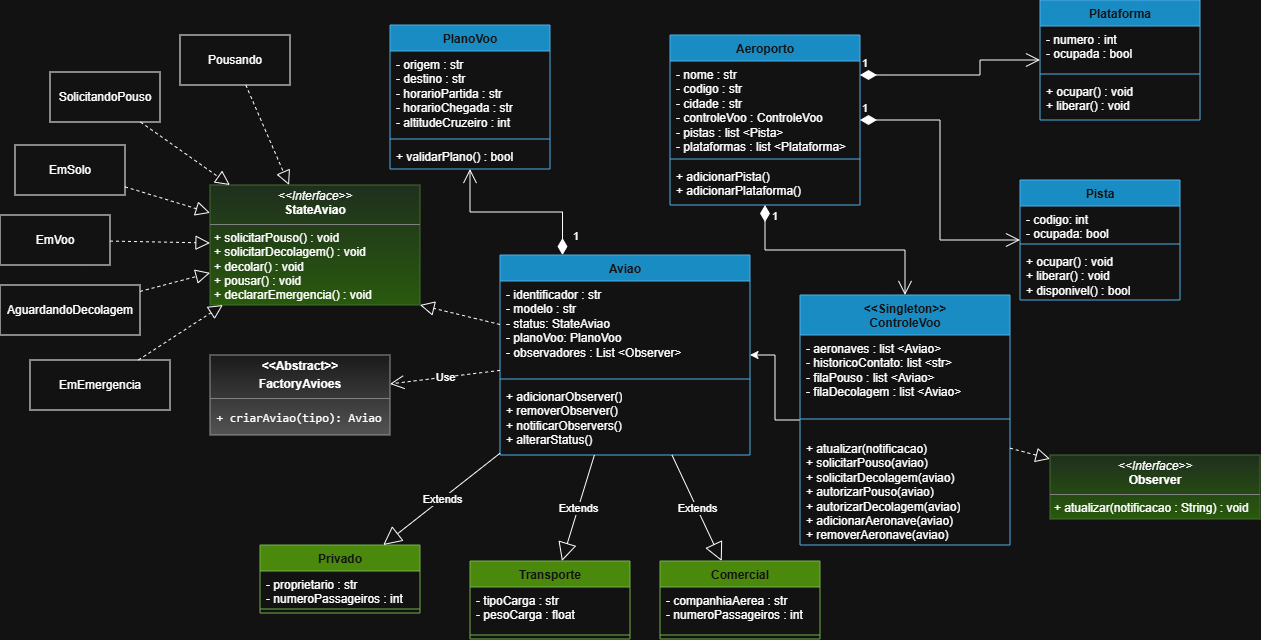
The draw.io diagram docs/uml.png in Rafael-Dpaula/Sistema-de-Gerenciamento-de-Trafego-Aeroportuario, before a commit. Source tidied: cells renumbered, new cells last; positions are measured from the earlier drawing's top-left corner, leaving out a move shared by most shapes.
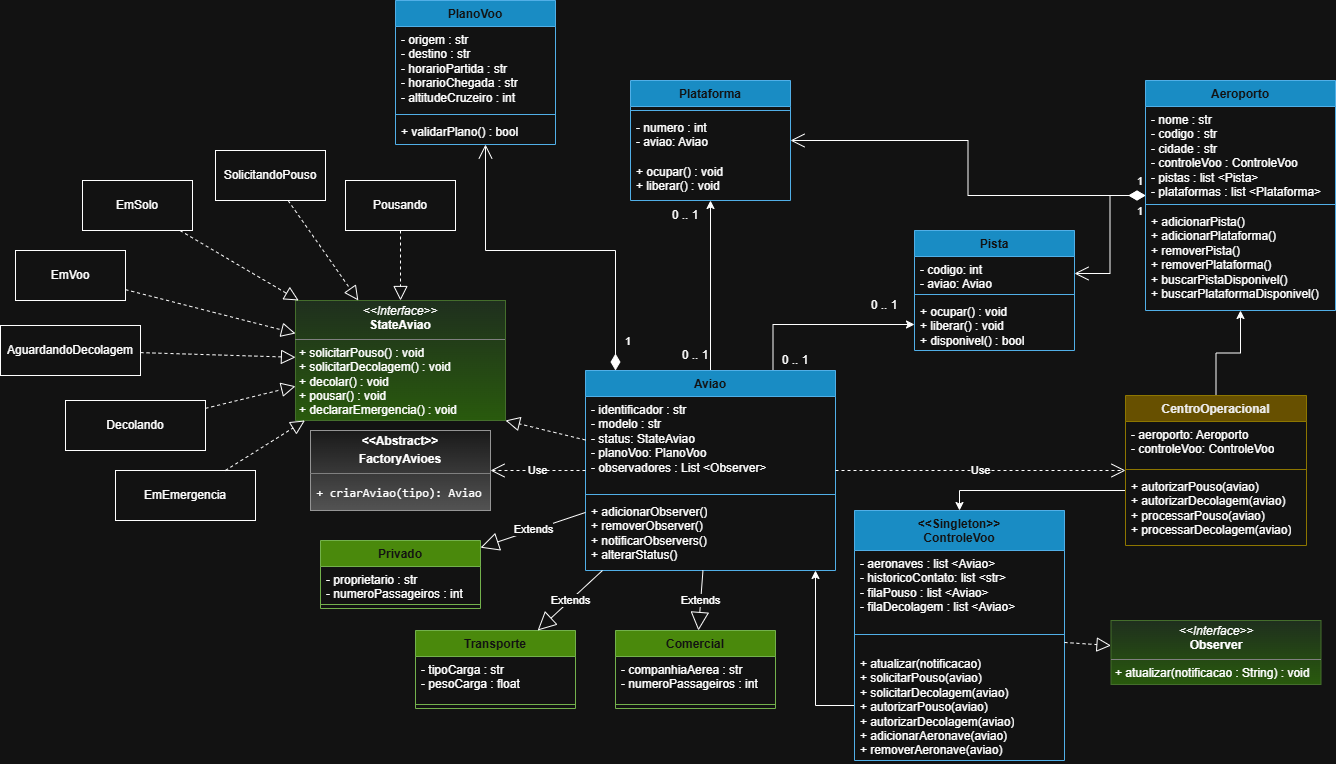
After the commit.

Diff of the diagram source:
```diff
@@ -5,3 +5,3 @@
     <mxCell id="2" value="Aeroporto&lt;div&gt;&lt;br&gt;&lt;/div&gt;" style="swimlane;fontStyle=1;align=center;verticalAlign=top;horizontal=1;startSize=26;whiteSpace=wrap;html=1;fillColor=#1ba1e2;fontColor=#ffffff;strokeColor=#006EAF;" parent="1" vertex="1">
-      <mxGeometry x="670" y="35" width="190" height="170" as="geometry" />
+      <mxGeometry x="1060" y="-35" width="190" height="230" as="geometry" />
     </mxCell>
@@ -13,5 +13,11 @@
     </mxCell>
-    <mxCell id="5" value="&lt;div&gt;+ adicionarPista()&lt;/div&gt;&lt;div&gt;+ adicionarPlataforma()&lt;/div&gt;" style="text;strokeColor=none;fillColor=none;align=left;verticalAlign=top;spacingLeft=4;spacingRight=4;overflow=hidden;whiteSpace=wrap;html=1;" parent="2" vertex="1">
-      <mxGeometry y="128" width="190" height="42" as="geometry" />
+    <mxCell id="5" value="&lt;div&gt;+ adicionarPista()&lt;/div&gt;&lt;div&gt;+ adicionarPlataforma()&lt;/div&gt;&lt;div&gt;+ removerPista()&lt;/div&gt;&lt;div&gt;+ removerPlataforma()&lt;/div&gt;&lt;div&gt;+ buscarPistaDisponivel()&lt;/div&gt;&lt;div&gt;+&amp;nbsp;buscarPlataformaDisponivel()&lt;/div&gt;" style="text;strokeColor=none;fillColor=none;align=left;verticalAlign=top;spacingLeft=4;spacingRight=4;overflow=hidden;whiteSpace=wrap;html=1;" parent="2" vertex="1">
+      <mxGeometry y="128" width="190" height="102" as="geometry" />
     </mxCell>
+    <mxCell id="61" style="edgeStyle=orthogonalEdgeStyle;rounded=0;jettySize=auto;html=1;" parent="1" edge="1" source="6" target="31">
+      <mxGeometry relative="1" as="geometry" />
+    </mxCell>
+    <mxCell id="62" style="edgeStyle=orthogonalEdgeStyle;rounded=0;jettySize=auto;html=1;exitX=0.75;exitY=0;exitDx=0;exitDy=0;entryX=0;entryY=0.5;entryDx=0;entryDy=0;" parent="1" edge="1" source="6" target="40">
+      <mxGeometry relative="1" as="geometry" />
+    </mxCell>
     <mxCell id="6" value="Aviao&lt;div&gt;&lt;br&gt;&lt;/div&gt;" style="swimlane;fontStyle=1;align=center;verticalAlign=top;horizontal=1;startSize=26;whiteSpace=wrap;html=1;fillColor=#1ba1e2;fontColor=#ffffff;strokeColor=#006EAF;" parent="1" vertex="1">
@@ -29,3 +35,3 @@
     <mxCell id="10" value="PlanoVoo&lt;div&gt;&lt;br&gt;&lt;/div&gt;" style="swimlane;fontStyle=1;align=center;verticalAlign=top;horizontal=1;startSize=26;whiteSpace=wrap;html=1;fillColor=#1ba1e2;fontColor=#ffffff;strokeColor=#006EAF;" parent="1" vertex="1">
-      <mxGeometry x="390" y="25" width="160" height="144" as="geometry" />
+      <mxGeometry x="310" y="-115" width="160" height="144" as="geometry" />
     </mxCell>
@@ -41,6 +47,10 @@
     <mxCell id="14" style="edgeStyle=orthogonalEdgeStyle;rounded=0;jettySize=auto;html=1;" parent="1" edge="1" source="15" target="6">
-      <mxGeometry relative="1" as="geometry" />
+      <mxGeometry relative="1" as="geometry">
+        <Array as="points">
+          <mxPoint x="730" y="590" />
+        </Array>
+      </mxGeometry>
     </mxCell>
     <mxCell id="15" value="&lt;div&gt;&amp;lt;&amp;lt;Singleton&amp;gt;&amp;gt;&lt;/div&gt;&lt;div&gt;ControleVoo&lt;/div&gt;" style="swimlane;fontStyle=1;align=center;verticalAlign=top;horizontal=1;startSize=40;whiteSpace=wrap;html=1;fillColor=#1ba1e2;fontColor=#ffffff;strokeColor=#006EAF;" parent="1" vertex="1">
-      <mxGeometry x="800" y="295" width="210" height="250" as="geometry" />
+      <mxGeometry x="769" y="395" width="210" height="250" as="geometry" />
     </mxCell>
@@ -56,3 +66,3 @@
     <mxCell id="19" value="Comercial" style="swimlane;fontStyle=1;align=center;verticalAlign=top;horizontal=1;startSize=26;whiteSpace=wrap;html=1;fillColor=#60a917;fontColor=#ffffff;strokeColor=#2D7600;" parent="1" vertex="1">
-      <mxGeometry x="660" y="561" width="160" height="78" as="geometry" />
+      <mxGeometry x="530" y="515" width="160" height="78" as="geometry" />
     </mxCell>
@@ -65,3 +75,3 @@
     <mxCell id="22" value="Privado" style="swimlane;fontStyle=1;align=center;verticalAlign=top;horizontal=1;startSize=26;whiteSpace=wrap;html=1;fillColor=#60a917;fontColor=#ffffff;strokeColor=#2D7600;" parent="1" vertex="1">
-      <mxGeometry x="260" y="545" width="160" height="68" as="geometry" />
+      <mxGeometry x="235" y="425" width="160" height="68" as="geometry" />
     </mxCell>
@@ -74,3 +84,3 @@
     <mxCell id="25" value="Transporte" style="swimlane;fontStyle=1;align=center;verticalAlign=top;horizontal=1;startSize=26;whiteSpace=wrap;html=1;fillColor=#60a917;fontColor=#ffffff;strokeColor=#2D7600;" parent="1" vertex="1">
-      <mxGeometry x="470" y="561" width="160" height="78" as="geometry" />
+      <mxGeometry x="330" y="515" width="160" height="78" as="geometry" />
     </mxCell>
@@ -92,10 +102,10 @@
     <mxCell id="31" value="Plataforma" style="swimlane;fontStyle=1;align=center;verticalAlign=top;horizontal=1;startSize=26;whiteSpace=wrap;html=1;fillColor=#1ba1e2;fontColor=#ffffff;strokeColor=#006EAF;" parent="1" vertex="1">
-      <mxGeometry x="1040" width="160" height="120" as="geometry" />
+      <mxGeometry x="545" y="-35" width="160" height="120" as="geometry" />
     </mxCell>
+    <mxCell id="33" style="line;strokeWidth=1;fillColor=none;align=left;verticalAlign=middle;spacingTop=-1;spacingLeft=3;spacingRight=3;labelPosition=right;strokeColor=inherit;" parent="31" vertex="1">
+      <mxGeometry y="26" width="160" height="8" as="geometry" />
+    </mxCell>
-    <mxCell id="32" value="&lt;div&gt;- numero : int&lt;/div&gt;&lt;div&gt;- ocupada : bool&lt;/div&gt;" style="text;strokeColor=none;fillColor=none;align=left;verticalAlign=top;spacingLeft=4;spacingRight=4;overflow=hidden;whiteSpace=wrap;html=1;" parent="31" vertex="1">
-      <mxGeometry y="26" width="160" height="44" as="geometry" />
+    <mxCell id="32" value="&lt;div&gt;- numero : int&lt;/div&gt;&lt;div&gt;- aviao: Aviao&lt;/div&gt;" style="text;strokeColor=none;fillColor=none;align=left;verticalAlign=top;spacingLeft=4;spacingRight=4;overflow=hidden;whiteSpace=wrap;html=1;" parent="31" vertex="1">
+      <mxGeometry y="34" width="160" height="44" as="geometry" />
     </mxCell>
-    <mxCell id="33" style="line;strokeWidth=1;fillColor=none;align=left;verticalAlign=middle;spacingTop=-1;spacingLeft=3;spacingRight=3;labelPosition=right;strokeColor=inherit;" parent="31" vertex="1">
-      <mxGeometry y="70" width="160" height="8" as="geometry" />
-    </mxCell>
     <mxCell id="34" value="&lt;div&gt;+ ocupar() : void&lt;/div&gt;&lt;div&gt;+ liberar() : void&lt;/div&gt;" style="text;strokeColor=none;fillColor=none;align=left;verticalAlign=top;spacingLeft=4;spacingRight=4;overflow=hidden;whiteSpace=wrap;html=1;" parent="31" vertex="1">
@@ -104,3 +114,3 @@
     <mxCell id="35" value="&lt;p style=&quot;margin:0px;margin-top:4px;text-align:center;&quot;&gt;&lt;i&gt;&amp;lt;&amp;lt;Interface&amp;gt;&amp;gt;&lt;/i&gt;&lt;br&gt;&lt;b&gt;Observer&lt;/b&gt;&lt;/p&gt;&lt;hr size=&quot;1&quot; style=&quot;border-style:solid;&quot;&gt;&lt;p style=&quot;margin:0px;margin-left:4px;&quot;&gt;+ atualizar(notificacao : String) : void&lt;/p&gt;" style="verticalAlign=top;align=left;overflow=fill;html=1;whiteSpace=wrap;fillColor=#d5e8d4;strokeColor=#82b366;gradientColor=#97d077;" parent="1" vertex="1">
-      <mxGeometry x="1050" y="455" width="210" height="64" as="geometry" />
+      <mxGeometry x="1025.5" y="505" width="210" height="64" as="geometry" />
     </mxCell>
@@ -110,5 +120,5 @@
     <mxCell id="37" value="Pista" style="swimlane;fontStyle=1;align=center;verticalAlign=top;horizontal=1;startSize=26;whiteSpace=wrap;html=1;fillColor=#1ba1e2;fontColor=#ffffff;strokeColor=#006EAF;" parent="1" vertex="1">
-      <mxGeometry x="1020" y="180" width="160" height="120" as="geometry" />
+      <mxGeometry x="829" y="115" width="160" height="120" as="geometry" />
     </mxCell>
-    <mxCell id="38" value="&lt;div&gt;- codigo: int&lt;/div&gt;&lt;div&gt;- ocupada: bool&lt;/div&gt;" style="text;strokeColor=none;fillColor=none;align=left;verticalAlign=top;spacingLeft=4;spacingRight=4;overflow=hidden;points=[[0,0.5],[1,0.5]];portConstraint=eastwest;whiteSpace=wrap;html=1;" parent="37" vertex="1">
+    <mxCell id="38" value="&lt;div&gt;- codigo: int&lt;/div&gt;&lt;div&gt;- aviao: Aviao&lt;/div&gt;" style="text;strokeColor=none;fillColor=none;align=left;verticalAlign=top;spacingLeft=4;spacingRight=4;overflow=hidden;points=[[0,0.5],[1,0.5]];portConstraint=eastwest;whiteSpace=wrap;html=1;" parent="37" vertex="1">
       <mxGeometry y="26" width="160" height="34" as="geometry" />
@@ -128,15 +138,20 @@
     <mxCell id="43" value="Pousando" style="html=1;whiteSpace=wrap;" parent="1" vertex="1">
-      <mxGeometry x="180" y="35" width="110" height="50" as="geometry" />
+      <mxGeometry x="260" y="65" width="110" height="50" as="geometry" />
     </mxCell>
     <mxCell id="44" value="EmVoo" style="html=1;whiteSpace=wrap;" parent="1" vertex="1">
-      <mxGeometry y="215" width="110" height="50" as="geometry" />
+      <mxGeometry x="-70" y="135" width="110" height="50" as="geometry" />
     </mxCell>
     <mxCell id="45" value="EmSolo" style="html=1;whiteSpace=wrap;" parent="1" vertex="1">
-      <mxGeometry x="15" y="145" width="110" height="50" as="geometry" />
+      <mxGeometry x="-3" y="65" width="110" height="50" as="geometry" />
     </mxCell>
     <mxCell id="46" value="SolicitandoPouso" style="html=1;whiteSpace=wrap;" parent="1" vertex="1">
-      <mxGeometry x="50" y="72" width="110" height="50" as="geometry" />
+      <mxGeometry x="130" y="35" width="110" height="50" as="geometry" />
     </mxCell>
-    <mxCell id="47" value="1" style="endArrow=open;html=1;endSize=12;startArrow=diamondThin;startSize=14;startFill=1;edgeStyle=orthogonalEdgeStyle;align=left;verticalAlign=bottom;rounded=0;exitX=0.25;exitY=0;exitDx=0;exitDy=0;" parent="1" edge="1" source="6" target="10">
+    <mxCell id="47" value="1" style="endArrow=open;html=1;endSize=12;startArrow=diamondThin;startSize=14;startFill=1;edgeStyle=orthogonalEdgeStyle;align=left;verticalAlign=bottom;rounded=0;" parent="1" edge="1" target="10">
       <mxGeometry x="-0.89" y="-7" relative="1" as="geometry">
+        <mxPoint x="530" y="255" as="sourcePoint" />
+        <Array as="points">
+          <mxPoint x="530" y="135" />
+          <mxPoint x="400" y="135" />
+        </Array>
         <mxPoint x="1" as="offset" />
@@ -160,6 +175,6 @@
     <mxCell id="53" value="AguardandoDecolagem" style="html=1;whiteSpace=wrap;" parent="1" vertex="1">
-      <mxGeometry y="285" width="140" height="50" as="geometry" />
+      <mxGeometry x="-85" y="210" width="140" height="50" as="geometry" />
     </mxCell>
     <mxCell id="54" value="&lt;p style=&quot;margin:0px;margin-top:4px;text-align:center;&quot;&gt;&lt;b&gt;&amp;lt;&amp;lt;Abstract&amp;gt;&amp;gt;&lt;/b&gt;&lt;/p&gt;&lt;p style=&quot;margin:0px;margin-top:4px;text-align:center;&quot;&gt;&lt;b&gt;FactoryAvioes&lt;/b&gt;&lt;/p&gt;&lt;hr size=&quot;1&quot; style=&quot;border-style:solid;&quot;&gt;&lt;div style=&quot;height:2px;&quot;&gt;&lt;pre class=&quot;overflow-visible! px-0!&quot;&gt;&lt;div class=&quot;relative w-full mt-4 mb-1&quot;&gt;&lt;div class=&quot;&quot;&gt;&lt;div class=&quot;relative&quot;&gt;&lt;div class=&quot;h-full min-h-0 min-w-0&quot;&gt;&lt;div class=&quot;h-full min-h-0 min-w-0&quot;&gt;&lt;div class=&quot;border border-token-border-light border-radius-3xl corner-superellipse/1.1 rounded-3xl&quot;&gt;&lt;div class=&quot;h-full w-full border-radius-3xl bg-token-bg-elevated-secondary corner-superellipse/1.1 overflow-clip rounded-3xl lxnfua_clipPathFallback&quot;&gt;&lt;div class=&quot;relative&quot;&gt;&lt;div class=&quot;pe-11 pt-3&quot;&gt;&lt;div class=&quot;relative z-0 flex max-w-full&quot;&gt;&lt;div id=&quot;code-block-viewer&quot; dir=&quot;ltr&quot; class=&quot;q9tKkq_viewer cm-editor z-10 light:cm-light dark:cm-light flex h-full w-full flex-col items-stretch ͼs ͼ16&quot;&gt;&lt;div class=&quot;cm-scroller&quot;&gt;&lt;pre class=&quot;cm-content q9tKkq_readonly m-0&quot;&gt;&lt;code&gt; + criarAviao(tipo): Aviao&lt;/code&gt;&lt;/pre&gt;&lt;/div&gt;&lt;/div&gt;&lt;/div&gt;&lt;/div&gt;&lt;/div&gt;&lt;/div&gt;&lt;/div&gt;&lt;/div&gt;&lt;/div&gt;&lt;div class=&quot;&quot;&gt;&lt;div class=&quot;&quot;&gt;&lt;/div&gt;&lt;/div&gt;&lt;/div&gt;&lt;/div&gt;&lt;/div&gt;&lt;/pre&gt;&lt;br&gt;&lt;p&gt;&lt;/p&gt;&lt;/div&gt;" style="verticalAlign=top;align=left;overflow=fill;html=1;whiteSpace=wrap;fillColor=#f5f5f5;strokeColor=#666666;gradientColor=#b3b3b3;" parent="1" vertex="1">
-      <mxGeometry x="210" y="355" width="180" height="80" as="geometry" />
+      <mxGeometry x="225" y="315" width="180" height="80" as="geometry" />
     </mxCell>
@@ -168,14 +183,4 @@
     </mxCell>
-    <mxCell id="56" value="1" style="endArrow=open;html=1;endSize=12;startArrow=diamondThin;startSize=14;startFill=1;edgeStyle=orthogonalEdgeStyle;align=left;verticalAlign=bottom;rounded=0;" parent="1" edge="1" source="2" target="37">
-      <mxGeometry x="-1" y="3" relative="1" as="geometry" />
-    </mxCell>
-    <mxCell id="57" value="1" style="endArrow=open;html=1;endSize=12;startArrow=diamondThin;startSize=14;startFill=1;edgeStyle=orthogonalEdgeStyle;align=left;verticalAlign=bottom;rounded=0;" parent="1" edge="1" source="2" target="31">
-      <mxGeometry x="-1" y="3" relative="1" as="geometry">
-        <Array as="points">
-          <mxPoint x="980" y="75" />
-        </Array>
-      </mxGeometry>
-    </mxCell>
-    <mxCell id="58" value="EmEmergencia" style="html=1;whiteSpace=wrap;" parent="1" vertex="1">
-      <mxGeometry x="30" y="360" width="140" height="50" as="geometry" />
+    <mxCell id="58" value="Decolando" style="html=1;whiteSpace=wrap;" parent="1" vertex="1">
+      <mxGeometry x="-20" y="285" width="140" height="50" as="geometry" />
     </mxCell>
@@ -184,5 +189,51 @@
     </mxCell>
-    <mxCell id="60" value="1" style="endArrow=open;html=1;endSize=12;startArrow=diamondThin;startSize=14;startFill=1;edgeStyle=orthogonalEdgeStyle;align=left;verticalAlign=bottom;rounded=0;" parent="1" edge="1" source="2" target="15">
-      <mxGeometry x="-0.83" y="5" relative="1" as="geometry" />
-    </mxCell>
+    <mxCell id="57" value="1" style="endArrow=open;html=1;endSize=12;startArrow=diamondThin;startSize=14;startFill=1;edgeStyle=orthogonalEdgeStyle;align=left;verticalAlign=bottom;rounded=0;" parent="1" edge="1" source="2" target="31">
+      <mxGeometry x="-0.95" y="-5" relative="1" as="geometry" />
+    </mxCell>
+    <mxCell id="63" value="1" style="endArrow=open;html=1;endSize=12;startArrow=diamondThin;startSize=14;startFill=1;edgeStyle=orthogonalEdgeStyle;align=left;verticalAlign=bottom;rounded=0;entryX=1;entryY=0.5;entryDx=0;entryDy=0;" parent="1" edge="1" source="2" target="38">
+      <mxGeometry x="-0.87" y="25" relative="1" as="geometry" />
+    </mxCell>
+    <mxCell id="64" value="0 .. 1" style="text;html=1;whiteSpace=wrap;strokeColor=none;fillColor=none;align=center;verticalAlign=middle;rounded=0;" parent="1" vertex="1">
+      <mxGeometry x="570" y="85" width="60" height="30" as="geometry" />
+    </mxCell>
+    <mxCell id="65" value="0 .. 1" style="text;html=1;whiteSpace=wrap;strokeColor=none;fillColor=none;align=center;verticalAlign=middle;rounded=0;" parent="1" vertex="1">
+      <mxGeometry x="580" y="225" width="60" height="30" as="geometry" />
+    </mxCell>
+    <mxCell id="66" value="0 .. 1" style="text;html=1;whiteSpace=wrap;strokeColor=none;fillColor=none;align=center;verticalAlign=middle;rounded=0;" parent="1" vertex="1">
+      <mxGeometry x="680" y="230" width="60" height="30" as="geometry" />
+    </mxCell>
+    <mxCell id="67" value="0 .. 1" style="text;html=1;whiteSpace=wrap;strokeColor=none;fillColor=none;align=center;verticalAlign=middle;rounded=0;" parent="1" vertex="1">
+      <mxGeometry x="769" y="175" width="60" height="30" as="geometry" />
+    </mxCell>
+    <mxCell id="68" style="edgeStyle=orthogonalEdgeStyle;rounded=0;jettySize=auto;html=1;" parent="1" edge="1" source="70" target="2">
+      <mxGeometry relative="1" as="geometry" />
+    </mxCell>
+    <mxCell id="69" style="edgeStyle=orthogonalEdgeStyle;rounded=0;jettySize=auto;html=1;entryX=0.5;entryY=0;entryDx=0;entryDy=0;" parent="1" edge="1" source="70" target="15">
+      <mxGeometry relative="1" as="geometry">
+        <Array as="points">
+          <mxPoint x="874" y="375" />
+        </Array>
+      </mxGeometry>
+    </mxCell>
+    <mxCell id="70" value="CentroOperacional" style="swimlane;fontStyle=1;align=center;verticalAlign=top;horizontal=1;startSize=26;whiteSpace=wrap;html=1;fillColor=#e3c800;fontColor=#000000;strokeColor=#B09500;" parent="1" vertex="1">
+      <mxGeometry x="1040" y="280" width="181" height="150" as="geometry" />
+    </mxCell>
+    <mxCell id="71" value="- aeroporto: Aeroporto&lt;div&gt;- controleVoo: ControleVoo&lt;/div&gt;" style="text;strokeColor=none;fillColor=none;align=left;verticalAlign=top;spacingLeft=4;spacingRight=4;overflow=hidden;whiteSpace=wrap;html=1;" parent="70" vertex="1">
+      <mxGeometry y="26" width="181" height="44" as="geometry" />
+    </mxCell>
+    <mxCell id="72" style="line;strokeWidth=1;fillColor=none;align=left;verticalAlign=middle;spacingTop=-1;spacingLeft=3;spacingRight=3;labelPosition=right;strokeColor=inherit;" parent="70" vertex="1">
+      <mxGeometry y="70" width="181" height="8" as="geometry" />
+    </mxCell>
+    <mxCell id="73" value="+ autorizarPouso(aviao)&lt;br&gt;+ autorizarDecolagem(aviao)&lt;div&gt;&lt;div&gt;+ processarPouso(aviao)&lt;/div&gt;&lt;div&gt;+ processarDecolagem(aviao)&lt;/div&gt;&lt;div&gt;&lt;br&gt;&lt;/div&gt;&lt;/div&gt;" style="text;strokeColor=none;fillColor=none;align=left;verticalAlign=top;spacingLeft=4;spacingRight=4;overflow=hidden;whiteSpace=wrap;html=1;" parent="70" vertex="1">
+      <mxGeometry y="78" width="181" height="72" as="geometry" />
+    </mxCell>
+    <mxCell id="74" value="Use" style="endArrow=open;endSize=12;dashed=1;html=1;rounded=0;" parent="1" edge="1" source="6" target="70">
+      <mxGeometry relative="1" as="geometry" />
+    </mxCell>
+    <mxCell id="75" value="EmEmergencia" style="html=1;whiteSpace=wrap;" parent="1" vertex="1">
+      <mxGeometry x="30" y="355" width="140" height="50" as="geometry" />
+    </mxCell>
+    <mxCell id="76" style="endArrow=block;dashed=1;endFill=0;endSize=12;html=1;rounded=0;" parent="1" edge="1" source="75" target="41">
+      <mxGeometry relative="1" as="geometry" />
+    </mxCell>
   </root>
```
